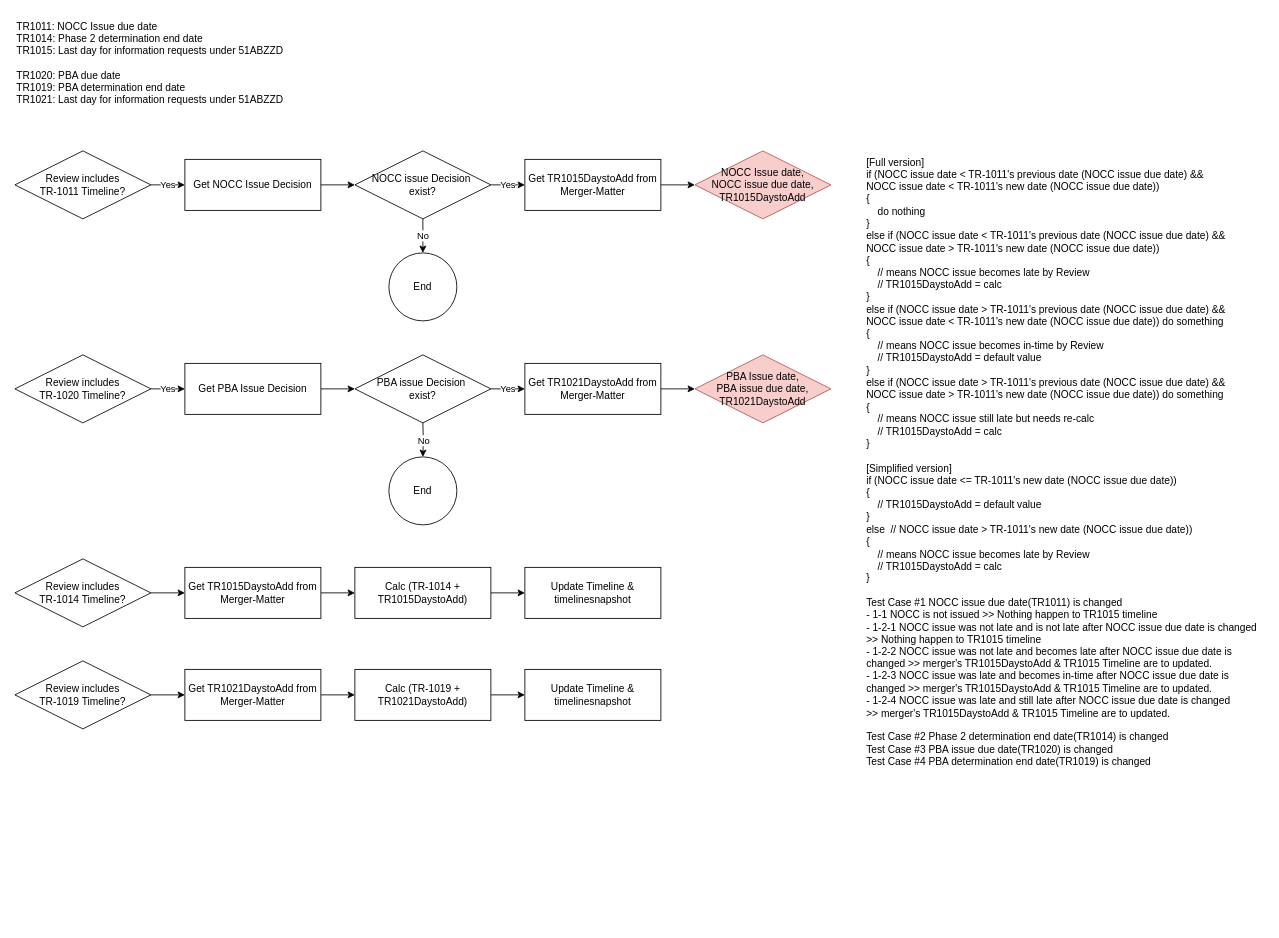
This is page "Review" (20 of 20) of Merger.drawio from danieldotskc/helloworld, a draw.io file, before an edit. Source tidied: cells renumbered, new cells numbered last; positions are measured from the earlier drawing's top-left corner, leaving out a move shared by most shapes. Both pictures are drawn from the tidied source at 85%, with x=0, y=0 at pixel (14, 14).
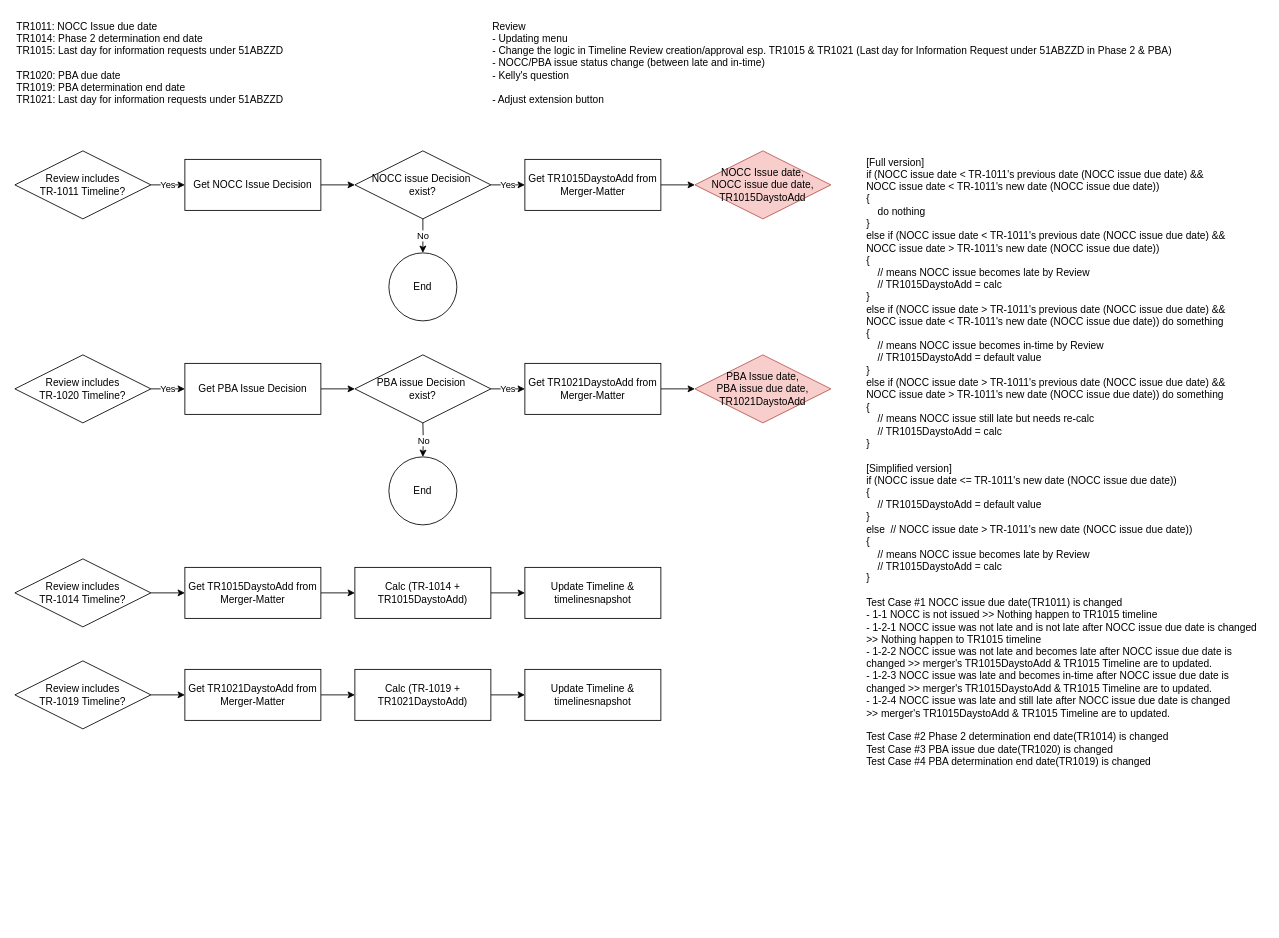
After the change.

The edit, as a diff of the source:
```diff
@@
+    <mxCell id="40" value="Review&lt;div&gt;- Updating menu&lt;/div&gt;&lt;div&gt;- Change the logic in Timeline Review creation/approval esp. TR1015 &amp;amp; TR1021 (Last day for Information Request under 51ABZZD in Phase 2 &amp;amp; PBA)&amp;nbsp;&lt;/div&gt;&lt;div&gt;- NOCC/PBA issue status change (between late and in-time)&lt;/div&gt;&lt;div&gt;- Kelly's question&amp;nbsp;&lt;/div&gt;&lt;div&gt;&lt;br&gt;&lt;/div&gt;&lt;div&gt;- Adjust extension button&lt;/div&gt;" style="text;html=1;align=left;verticalAlign=top;whiteSpace=wrap;rounded=0;" parent="1" vertex="1">
+      <mxGeometry x="560" width="880" height="140" as="geometry" />
+    </mxCell>
```
